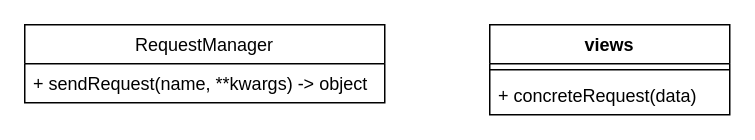
Uhgtred/Car_Infotainment_System keeps this draw.io diagram as API/Architecture/API-Request_Architecture.drawio. Above is the earlier version. Source tidied: cells renumbered, new cells numbered last; positions are measured from the earlier drawing's top-left corner, leaving out a move shared by most shapes. Both pictures are drawn from the tidied source at 150%, with x=0, y=0 at pixel (24, 24).
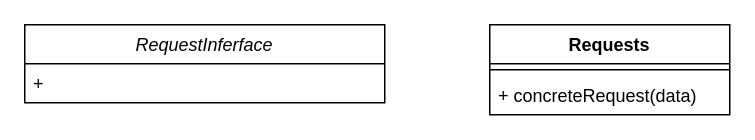
After the change.

Change to the diagram source:
```diff
@@
 <mxGraphModel>
   <root>
     <mxCell id="0" />
     <mxCell id="1" parent="0" />
-    <mxCell id="2" value="RequestManager" style="swimlane;fontStyle=0;horizontal=1;startSize=26;fillColor=none;" parent="1" vertex="1">
+    <mxCell id="2" value="RequestInferface" style="swimlane;fontStyle=2;horizontal=1;startSize=26;fillColor=none;" parent="1" vertex="1">
       <mxGeometry width="240" height="52" as="geometry" />
     </mxCell>
-    <mxCell id="3" value="+ sendRequest(name, **kwargs) -&gt; object" style="text;strokeColor=none;fillColor=none;align=left;verticalAlign=top;spacingLeft=4;spacingRight=4;overflow=hidden;" parent="2" vertex="1">
+    <mxCell id="3" value="+ " style="text;strokeColor=none;fillColor=none;align=left;verticalAlign=top;spacingLeft=4;spacingRight=4;overflow=hidden;" parent="2" vertex="1">
       <mxGeometry y="26" width="240" height="26" as="geometry" />
     </mxCell>
-    <mxCell id="4" value="views" style="swimlane;fontStyle=1;align=center;verticalAlign=top;horizontal=1;startSize=26;" parent="1" vertex="1">
+    <mxCell id="4" value="Requests" style="swimlane;fontStyle=1;align=center;verticalAlign=top;horizontal=1;startSize=26;" parent="1" vertex="1">
       <mxGeometry x="310" width="160" height="60" as="geometry" />
     </mxCell>
     <mxCell id="5" style="line;strokeWidth=1;fillColor=none;align=left;verticalAlign=middle;spacingTop=-1;spacingLeft=3;spacingRight=3;labelPosition=right;strokeColor=inherit;" parent="4" vertex="1">
       <mxGeometry y="26" width="160" height="8" as="geometry" />
     </mxCell>
     <mxCell id="6" value="+ concreteRequest(data)" style="text;strokeColor=none;fillColor=none;align=left;verticalAlign=top;spacingLeft=4;spacingRight=4;overflow=hidden;" parent="4" vertex="1">
       <mxGeometry y="34" width="160" height="26" as="geometry" />
     </mxCell>
   </root>
 </mxGraphModel>
```
